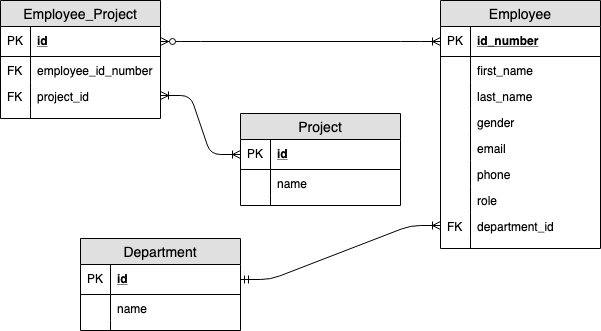
infinite-fox-2019/all-relations-case-study keeps this draw.io diagram as karyawan_schema.png. Above is the earlier version. Source tidied: cells renumbered, new cells last; positions are measured from the earlier drawing's top-left corner, leaving out a move shared by most shapes.
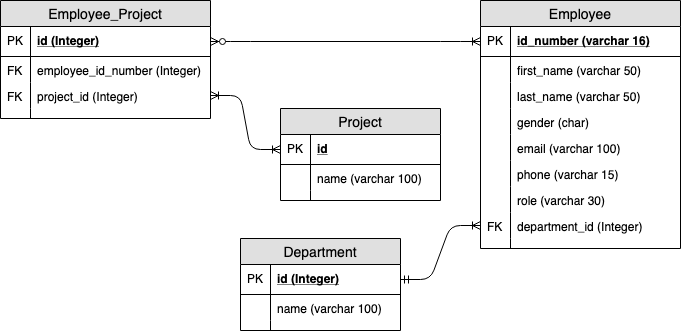
Above is the later version.

The edit, as a diff of the source:
```diff
@@ -3,72 +3,72 @@
     <mxCell id="0" />
     <mxCell id="1" parent="0" />
     <mxCell id="2" value="Employee" style="swimlane;fontStyle=0;horizontal=1;startSize=26;fillColor=#e0e0e0;swimlaneFillColor=#ffffff;align=center;fontSize=14;" parent="1" vertex="1">
-      <mxGeometry x="440" width="160" height="248" as="geometry" />
+      <mxGeometry x="480" y="-3" width="200" height="248" as="geometry" />
     </mxCell>
-    <mxCell id="3" value="id_number" style="shape=partialRectangle;top=0;left=0;right=0;bottom=1;align=left;verticalAlign=middle;fillColor=none;spacingLeft=34;spacingRight=4;overflow=hidden;points=[[0,0.5],[1,0.5]];portConstraint=eastwest;fontStyle=5;fontSize=12;" parent="2" vertex="1">
-      <mxGeometry y="26" width="160" height="30" as="geometry" />
+    <mxCell id="3" value="id_number (varchar 16)" style="shape=partialRectangle;top=0;left=0;right=0;bottom=1;align=left;verticalAlign=middle;fillColor=none;spacingLeft=34;spacingRight=4;overflow=hidden;points=[[0,0.5],[1,0.5]];portConstraint=eastwest;fontStyle=5;fontSize=12;" parent="2" vertex="1">
+      <mxGeometry y="26" width="200" height="30" as="geometry" />
     </mxCell>
     <mxCell id="4" value="PK" style="shape=partialRectangle;top=0;left=0;bottom=0;fillColor=none;align=left;verticalAlign=middle;spacingLeft=4;spacingRight=4;overflow=hidden;fontSize=12;" parent="3" vertex="1">
       <mxGeometry width="30" height="30" as="geometry" />
     </mxCell>
-    <mxCell id="5" value="first_name" style="shape=partialRectangle;top=0;left=0;right=0;bottom=0;align=left;verticalAlign=top;fillColor=none;spacingLeft=34;spacingRight=4;overflow=hidden;fontSize=12;" parent="2" vertex="1">
-      <mxGeometry y="56" width="160" height="26" as="geometry" />
+    <mxCell id="5" value="first_name (varchar 50)" style="shape=partialRectangle;top=0;left=0;right=0;bottom=0;align=left;verticalAlign=top;fillColor=none;spacingLeft=34;spacingRight=4;overflow=hidden;fontSize=12;" parent="2" vertex="1">
+      <mxGeometry y="56" width="200" height="26" as="geometry" />
     </mxCell>
     <mxCell id="6" style="shape=partialRectangle;top=0;left=0;bottom=0;fillColor=none;align=left;verticalAlign=top;spacingLeft=4;spacingRight=4;overflow=hidden;fontSize=12;" parent="5" vertex="1">
       <mxGeometry width="30" height="26" as="geometry" />
     </mxCell>
-    <mxCell id="7" value="last_name" style="shape=partialRectangle;top=0;left=0;right=0;bottom=0;align=left;verticalAlign=top;fillColor=none;spacingLeft=34;spacingRight=4;overflow=hidden;fontSize=12;" parent="2" vertex="1">
-      <mxGeometry y="82" width="160" height="26" as="geometry" />
+    <mxCell id="7" value="last_name (varchar 50)" style="shape=partialRectangle;top=0;left=0;right=0;bottom=0;align=left;verticalAlign=top;fillColor=none;spacingLeft=34;spacingRight=4;overflow=hidden;fontSize=12;" parent="2" vertex="1">
+      <mxGeometry y="82" width="200" height="26" as="geometry" />
     </mxCell>
     <mxCell id="8" style="shape=partialRectangle;top=0;left=0;bottom=0;fillColor=none;align=left;verticalAlign=top;spacingLeft=4;spacingRight=4;overflow=hidden;fontSize=12;" parent="7" vertex="1">
       <mxGeometry width="30" height="26" as="geometry" />
     </mxCell>
-    <mxCell id="9" value="gender" style="shape=partialRectangle;top=0;left=0;right=0;bottom=0;align=left;verticalAlign=top;fillColor=none;spacingLeft=34;spacingRight=4;overflow=hidden;fontSize=12;" parent="2" vertex="1">
-      <mxGeometry y="108" width="160" height="26" as="geometry" />
+    <mxCell id="9" value="gender (char)" style="shape=partialRectangle;top=0;left=0;right=0;bottom=0;align=left;verticalAlign=top;fillColor=none;spacingLeft=34;spacingRight=4;overflow=hidden;fontSize=12;" parent="2" vertex="1">
+      <mxGeometry y="108" width="200" height="26" as="geometry" />
     </mxCell>
     <mxCell id="10" style="shape=partialRectangle;top=0;left=0;bottom=0;fillColor=none;align=left;verticalAlign=top;spacingLeft=4;spacingRight=4;overflow=hidden;fontSize=12;" parent="9" vertex="1">
       <mxGeometry width="30" height="26" as="geometry" />
     </mxCell>
-    <mxCell id="11" value="email" style="shape=partialRectangle;top=0;left=0;right=0;bottom=0;align=left;verticalAlign=top;fillColor=none;spacingLeft=34;spacingRight=4;overflow=hidden;fontSize=12;" parent="2" vertex="1">
-      <mxGeometry y="134" width="160" height="26" as="geometry" />
+    <mxCell id="11" value="email (varchar 100)" style="shape=partialRectangle;top=0;left=0;right=0;bottom=0;align=left;verticalAlign=top;fillColor=none;spacingLeft=34;spacingRight=4;overflow=hidden;fontSize=12;" parent="2" vertex="1">
+      <mxGeometry y="134" width="200" height="26" as="geometry" />
     </mxCell>
     <mxCell id="12" style="shape=partialRectangle;top=0;left=0;bottom=0;fillColor=none;align=left;verticalAlign=top;spacingLeft=4;spacingRight=4;overflow=hidden;fontSize=12;" parent="11" vertex="1">
       <mxGeometry width="30" height="26" as="geometry" />
     </mxCell>
-    <mxCell id="13" value="phone" style="shape=partialRectangle;top=0;left=0;right=0;bottom=0;align=left;verticalAlign=top;fillColor=none;spacingLeft=34;spacingRight=4;overflow=hidden;fontSize=12;" parent="2" vertex="1">
-      <mxGeometry y="160" width="160" height="26" as="geometry" />
+    <mxCell id="13" value="phone (varchar 15)" style="shape=partialRectangle;top=0;left=0;right=0;bottom=0;align=left;verticalAlign=top;fillColor=none;spacingLeft=34;spacingRight=4;overflow=hidden;fontSize=12;" parent="2" vertex="1">
+      <mxGeometry y="160" width="200" height="26" as="geometry" />
     </mxCell>
     <mxCell id="14" style="shape=partialRectangle;top=0;left=0;bottom=0;fillColor=none;align=left;verticalAlign=top;spacingLeft=4;spacingRight=4;overflow=hidden;fontSize=12;" parent="13" vertex="1">
       <mxGeometry width="30" height="26" as="geometry" />
     </mxCell>
-    <mxCell id="15" value="role" style="shape=partialRectangle;top=0;left=0;right=0;bottom=0;align=left;verticalAlign=top;fillColor=none;spacingLeft=34;spacingRight=4;overflow=hidden;fontSize=12;" parent="2" vertex="1">
-      <mxGeometry y="186" width="160" height="26" as="geometry" />
+    <mxCell id="15" value="role (varchar 30)" style="shape=partialRectangle;top=0;left=0;right=0;bottom=0;align=left;verticalAlign=top;fillColor=none;spacingLeft=34;spacingRight=4;overflow=hidden;fontSize=12;" parent="2" vertex="1">
+      <mxGeometry y="186" width="200" height="26" as="geometry" />
     </mxCell>
     <mxCell id="16" style="shape=partialRectangle;top=0;left=0;bottom=0;fillColor=none;align=left;verticalAlign=top;spacingLeft=4;spacingRight=4;overflow=hidden;fontSize=12;" parent="15" vertex="1">
       <mxGeometry width="30" height="26" as="geometry" />
     </mxCell>
-    <mxCell id="17" value="department_id" style="shape=partialRectangle;top=0;left=0;right=0;bottom=0;align=left;verticalAlign=top;fillColor=none;spacingLeft=34;spacingRight=4;overflow=hidden;points=[[0,0.5],[1,0.5]];portConstraint=eastwest;fontSize=12;" parent="2" vertex="1">
-      <mxGeometry y="212" width="160" height="26" as="geometry" />
+    <mxCell id="17" value="department_id (Integer)" style="shape=partialRectangle;top=0;left=0;right=0;bottom=0;align=left;verticalAlign=top;fillColor=none;spacingLeft=34;spacingRight=4;overflow=hidden;points=[[0,0.5],[1,0.5]];portConstraint=eastwest;fontSize=12;" parent="2" vertex="1">
+      <mxGeometry y="212" width="200" height="26" as="geometry" />
     </mxCell>
     <mxCell id="18" value="FK" style="shape=partialRectangle;top=0;left=0;bottom=0;fillColor=none;align=left;verticalAlign=top;spacingLeft=4;spacingRight=4;overflow=hidden;fontSize=12;" parent="17" vertex="1">
       <mxGeometry width="30" height="26" as="geometry" />
     </mxCell>
     <mxCell id="19" style="shape=partialRectangle;top=0;left=0;right=0;bottom=0;align=left;verticalAlign=top;fillColor=none;spacingLeft=34;spacingRight=4;overflow=hidden;fontSize=12;" parent="2" vertex="1">
-      <mxGeometry y="238" width="160" height="10" as="geometry" />
+      <mxGeometry y="238" width="200" height="10" as="geometry" />
     </mxCell>
     <mxCell id="20" style="shape=partialRectangle;top=0;left=0;bottom=0;fillColor=none;align=left;verticalAlign=top;spacingLeft=4;spacingRight=4;overflow=hidden;fontSize=12;" parent="19" vertex="1">
       <mxGeometry width="30" height="10" as="geometry" />
     </mxCell>
     <mxCell id="21" value="Department" style="swimlane;fontStyle=0;horizontal=1;startSize=26;fillColor=#e0e0e0;swimlaneFillColor=#ffffff;align=center;fontSize=14;" parent="1" vertex="1">
-      <mxGeometry x="80" y="238" width="160" height="92" as="geometry" />
+      <mxGeometry x="240" y="235" width="160" height="92" as="geometry" />
     </mxCell>
-    <mxCell id="22" value="id" style="shape=partialRectangle;top=0;left=0;right=0;bottom=1;align=left;verticalAlign=middle;fillColor=none;spacingLeft=34;spacingRight=4;overflow=hidden;points=[[0,0.5],[1,0.5]];portConstraint=eastwest;fontStyle=5;fontSize=12;" parent="21" vertex="1">
+    <mxCell id="22" value="id (Integer)" style="shape=partialRectangle;top=0;left=0;right=0;bottom=1;align=left;verticalAlign=middle;fillColor=none;spacingLeft=34;spacingRight=4;overflow=hidden;points=[[0,0.5],[1,0.5]];portConstraint=eastwest;fontStyle=5;fontSize=12;" parent="21" vertex="1">
       <mxGeometry y="26" width="160" height="30" as="geometry" />
     </mxCell>
     <mxCell id="23" value="PK" style="shape=partialRectangle;top=0;left=0;bottom=0;fillColor=none;align=left;verticalAlign=middle;spacingLeft=4;spacingRight=4;overflow=hidden;fontSize=12;" parent="22" vertex="1">
       <mxGeometry width="30" height="30" as="geometry" />
     </mxCell>
-    <mxCell id="24" value="name" style="shape=partialRectangle;top=0;left=0;right=0;bottom=0;align=left;verticalAlign=top;fillColor=none;spacingLeft=34;spacingRight=4;overflow=hidden;fontSize=12;" parent="21" vertex="1">
+    <mxCell id="24" value="name (varchar 100)" style="shape=partialRectangle;top=0;left=0;right=0;bottom=0;align=left;verticalAlign=top;fillColor=none;spacingLeft=34;spacingRight=4;overflow=hidden;fontSize=12;" parent="21" vertex="1">
       <mxGeometry y="56" width="160" height="26" as="geometry" />
     </mxCell>
     <mxCell id="25" style="shape=partialRectangle;top=0;left=0;bottom=0;fillColor=none;align=left;verticalAlign=top;spacingLeft=4;spacingRight=4;overflow=hidden;fontSize=12;" parent="24" vertex="1">
@@ -84,7 +84,7 @@
       <mxGeometry relative="1" as="geometry" />
     </mxCell>
     <mxCell id="29" value="Project" style="swimlane;fontStyle=0;horizontal=1;startSize=26;fillColor=#e0e0e0;swimlaneFillColor=#ffffff;align=center;fontSize=14;" parent="1" vertex="1">
-      <mxGeometry x="240" y="113" width="160" height="92" as="geometry" />
+      <mxGeometry x="280" y="105" width="160" height="92" as="geometry" />
     </mxCell>
     <mxCell id="30" value="id" style="shape=partialRectangle;top=0;left=0;right=0;bottom=1;align=left;verticalAlign=middle;fillColor=none;spacingLeft=34;spacingRight=4;overflow=hidden;points=[[0,0.5],[1,0.5]];portConstraint=eastwest;fontStyle=5;fontSize=12;" parent="29" vertex="1">
       <mxGeometry y="26" width="160" height="30" as="geometry" />
@@ -92,7 +92,7 @@
     <mxCell id="31" value="PK" style="shape=partialRectangle;top=0;left=0;bottom=0;fillColor=none;align=left;verticalAlign=middle;spacingLeft=4;spacingRight=4;overflow=hidden;fontSize=12;" parent="30" vertex="1">
       <mxGeometry width="30" height="30" as="geometry" />
     </mxCell>
-    <mxCell id="32" value="name" style="shape=partialRectangle;top=0;left=0;right=0;bottom=0;align=left;verticalAlign=top;fillColor=none;spacingLeft=34;spacingRight=4;overflow=hidden;fontSize=12;" parent="29" vertex="1">
+    <mxCell id="32" value="name (varchar 100)" style="shape=partialRectangle;top=0;left=0;right=0;bottom=0;align=left;verticalAlign=top;fillColor=none;spacingLeft=34;spacingRight=4;overflow=hidden;fontSize=12;" parent="29" vertex="1">
       <mxGeometry y="56" width="160" height="26" as="geometry" />
     </mxCell>
     <mxCell id="33" style="shape=partialRectangle;top=0;left=0;bottom=0;fillColor=none;align=left;verticalAlign=top;spacingLeft=4;spacingRight=4;overflow=hidden;fontSize=12;" parent="32" vertex="1">
@@ -105,28 +105,28 @@
       <mxGeometry width="30" height="10" as="geometry" />
     </mxCell>
     <mxCell id="36" value="Employee_Project" style="swimlane;fontStyle=0;horizontal=1;startSize=26;fillColor=#e0e0e0;swimlaneFillColor=#ffffff;align=center;fontSize=14;" parent="1" vertex="1">
-      <mxGeometry width="160" height="118" as="geometry" />
+      <mxGeometry y="-3" width="210" height="118" as="geometry" />
     </mxCell>
-    <mxCell id="37" value="id" style="shape=partialRectangle;top=0;left=0;right=0;bottom=1;align=left;verticalAlign=middle;fillColor=none;spacingLeft=34;spacingRight=4;overflow=hidden;points=[[0,0.5],[1,0.5]];portConstraint=eastwest;fontStyle=5;fontSize=12;" parent="36" vertex="1">
-      <mxGeometry y="26" width="160" height="30" as="geometry" />
+    <mxCell id="37" value="id (Integer)" style="shape=partialRectangle;top=0;left=0;right=0;bottom=1;align=left;verticalAlign=middle;fillColor=none;spacingLeft=34;spacingRight=4;overflow=hidden;points=[[0,0.5],[1,0.5]];portConstraint=eastwest;fontStyle=5;fontSize=12;" parent="36" vertex="1">
+      <mxGeometry y="26" width="210" height="30" as="geometry" />
     </mxCell>
     <mxCell id="38" value="PK" style="shape=partialRectangle;top=0;left=0;bottom=0;fillColor=none;align=left;verticalAlign=middle;spacingLeft=4;spacingRight=4;overflow=hidden;fontSize=12;" parent="37" vertex="1">
       <mxGeometry width="30" height="30" as="geometry" />
     </mxCell>
-    <mxCell id="39" value="employee_id_number" style="shape=partialRectangle;top=0;left=0;right=0;bottom=0;align=left;verticalAlign=top;fillColor=none;spacingLeft=34;spacingRight=4;overflow=hidden;fontSize=12;" parent="36" vertex="1">
-      <mxGeometry y="56" width="160" height="26" as="geometry" />
+    <mxCell id="39" value="employee_id_number (Integer)" style="shape=partialRectangle;top=0;left=0;right=0;bottom=0;align=left;verticalAlign=top;fillColor=none;spacingLeft=34;spacingRight=4;overflow=hidden;fontSize=12;" parent="36" vertex="1">
+      <mxGeometry y="56" width="210" height="26" as="geometry" />
     </mxCell>
     <mxCell id="40" value="FK" style="shape=partialRectangle;top=0;left=0;bottom=0;fillColor=none;align=left;verticalAlign=top;spacingLeft=4;spacingRight=4;overflow=hidden;fontSize=12;" parent="39" vertex="1">
       <mxGeometry width="30" height="26" as="geometry" />
     </mxCell>
-    <mxCell id="41" value="project_id" style="shape=partialRectangle;top=0;left=0;right=0;bottom=0;align=left;verticalAlign=top;fillColor=none;spacingLeft=34;spacingRight=4;overflow=hidden;points=[[0,0.5],[1,0.5]];portConstraint=eastwest;fontSize=12;" parent="36" vertex="1">
-      <mxGeometry y="82" width="160" height="26" as="geometry" />
+    <mxCell id="41" value="project_id (Integer)" style="shape=partialRectangle;top=0;left=0;right=0;bottom=0;align=left;verticalAlign=top;fillColor=none;spacingLeft=34;spacingRight=4;overflow=hidden;points=[[0,0.5],[1,0.5]];portConstraint=eastwest;fontSize=12;" parent="36" vertex="1">
+      <mxGeometry y="82" width="210" height="26" as="geometry" />
     </mxCell>
     <mxCell id="42" value="FK" style="shape=partialRectangle;top=0;left=0;bottom=0;fillColor=none;align=left;verticalAlign=top;spacingLeft=4;spacingRight=4;overflow=hidden;fontSize=12;" parent="41" vertex="1">
       <mxGeometry width="30" height="26" as="geometry" />
     </mxCell>
     <mxCell id="43" style="shape=partialRectangle;top=0;left=0;right=0;bottom=0;align=left;verticalAlign=top;fillColor=none;spacingLeft=34;spacingRight=4;overflow=hidden;fontSize=12;" parent="36" vertex="1">
-      <mxGeometry y="108" width="160" height="10" as="geometry" />
+      <mxGeometry y="108" width="210" height="10" as="geometry" />
     </mxCell>
     <mxCell id="44" style="shape=partialRectangle;top=0;left=0;bottom=0;fillColor=none;align=left;verticalAlign=top;spacingLeft=4;spacingRight=4;overflow=hidden;fontSize=12;" parent="43" vertex="1">
       <mxGeometry width="30" height="10" as="geometry" />
```
